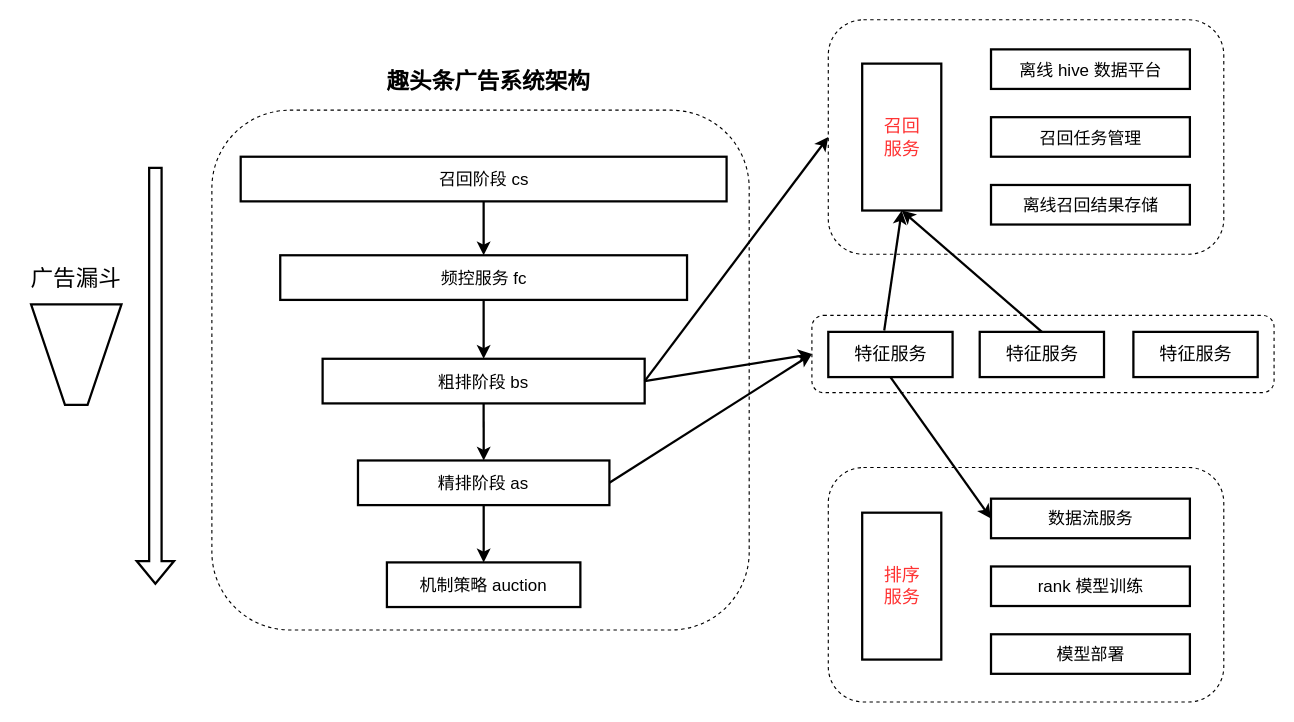
wenzhenmiao/SelfUse keeps this draw.io diagram as rec_map.drawio. Above is the earlier version. Source tidied: cells renumbered, new cells numbered last; positions are measured from the earlier drawing's top-left corner, leaving out a move shared by most shapes. Both pictures are drawn from the tidied source at 113%, with x=0, y=0 at pixel (19, 19).
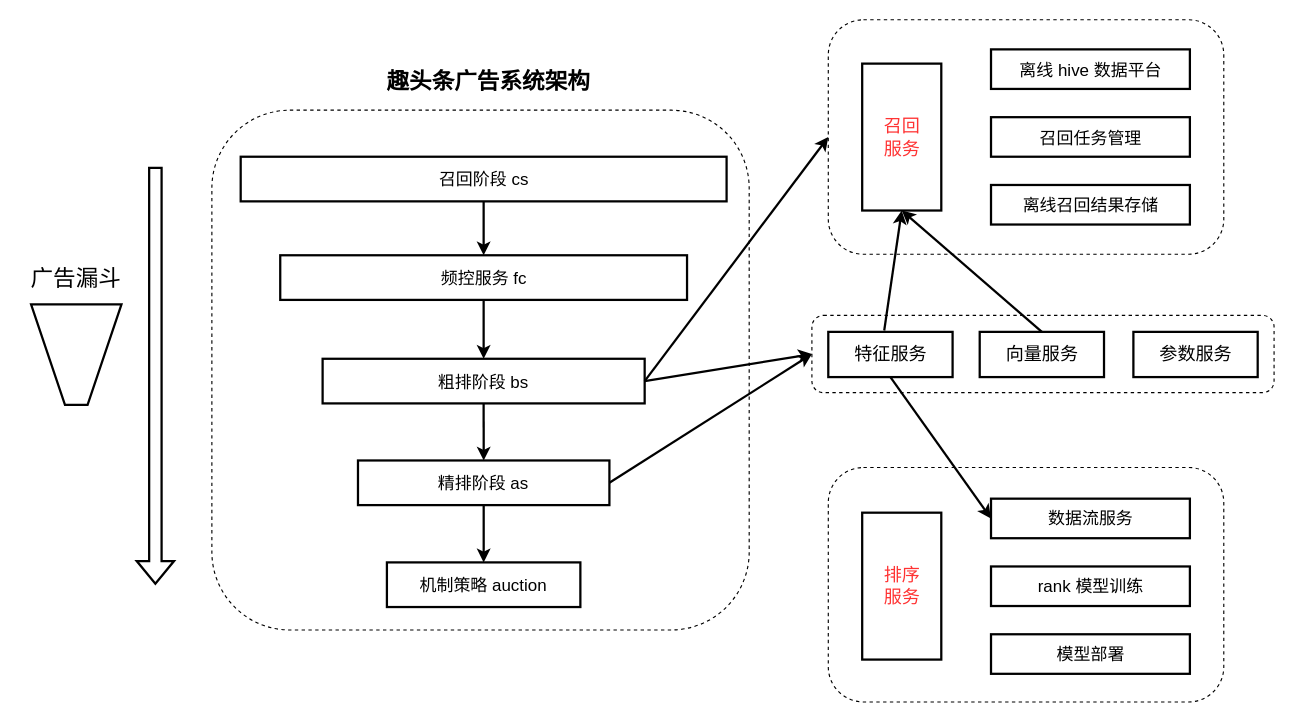
The same diagram, later.

Diff of the diagram source:
```diff
@@
-    <mxCell id="15" value="&lt;font color=&quot;#000000&quot;&gt;特征服务&lt;/font&gt;" style="rounded=0;whiteSpace=wrap;html=1;fontSize=16;fontColor=#FF3333;strokeWidth=2;" parent="1" vertex="1">
+    <mxCell id="15" value="&lt;font color=&quot;#000000&quot;&gt;向量服务&lt;/font&gt;" style="rounded=0;whiteSpace=wrap;html=1;fontSize=16;fontColor=#FF3333;strokeWidth=2;" parent="1" vertex="1">
       <mxGeometry x="849.5" y="276.2" width="110" height="40" as="geometry" />
     </mxCell>
-    <mxCell id="16" value="&lt;font color=&quot;#000000&quot;&gt;特征服务&lt;/font&gt;" style="rounded=0;whiteSpace=wrap;html=1;fontSize=16;fontColor=#FF3333;strokeWidth=2;" parent="1" vertex="1">
+    <mxCell id="16" value="&lt;font color=&quot;#000000&quot;&gt;参数服务&lt;/font&gt;" style="rounded=0;whiteSpace=wrap;html=1;fontSize=16;fontColor=#FF3333;strokeWidth=2;" parent="1" vertex="1">
       <mxGeometry x="985.5" y="276.2" width="110" height="40" as="geometry" />
     </mxCell>
```
